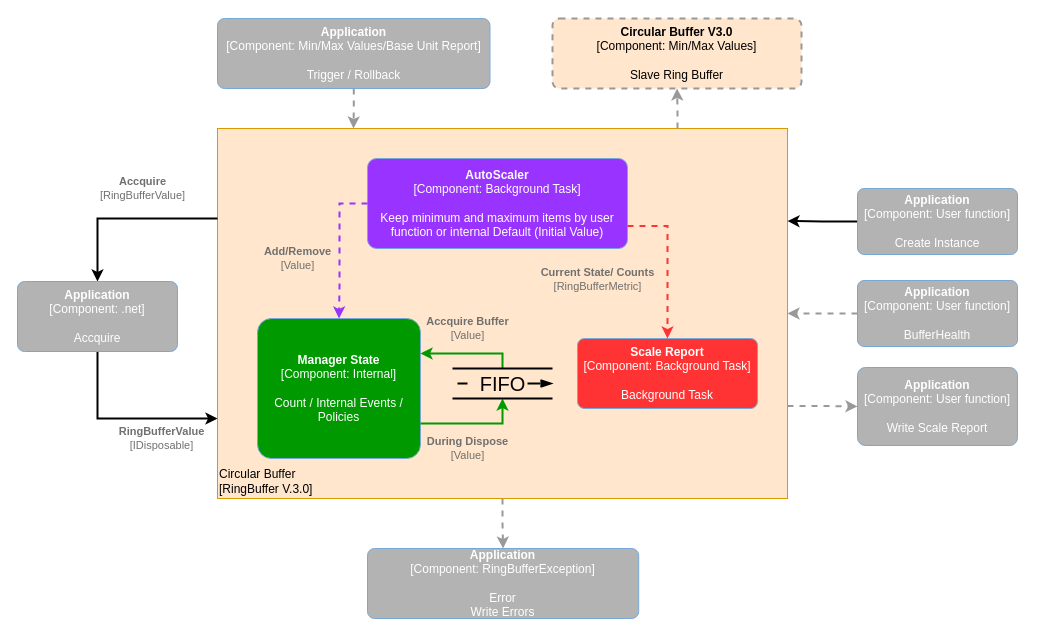
Above: docs/RingBufferPlus.drawio in FRACerqueira/RingBufferPlus (draw.io), before the change. Source tidied: cells renumbered, new cells numbered last; positions are measured from the earlier drawing's top-left corner, leaving out a move shared by most shapes. Both pictures are drawn from the tidied source at 100%, with x=0, y=0 at pixel (17, 18).
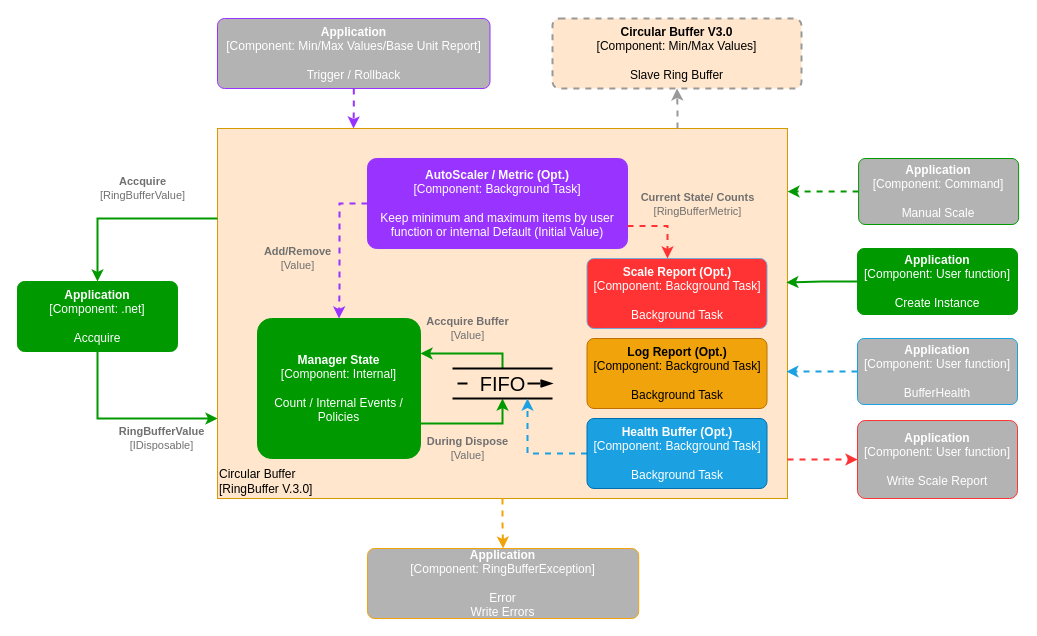
The same page after the edit.

Commit message (it also covers changes not shown here):
Updated Diagram / Image Features

The change refers to these unchanged cells:
```xml
<object id="2" label="&lt;div style=&quot;text-align: left&quot;&gt;%c4Name%&lt;/div&gt;&lt;div style=&quot;text-align: left&quot;&gt;[%c4Application%]&lt;/div&gt;" c4Application="RingBuffer V.3.0" c4Name="Circular Buffer" placeholders="1">
  <mxCell style="rounded=1;whiteSpace=wrap;html=1;labelBackgroundColor=none;fillColor=#FFE6CC;align=left;arcSize=0;strokeColor=#d79b00;verticalAlign=bottom;metaData={&quot;c4Type&quot;:{&quot;editable&quot;:false}};points=[[0.25,0,0],[0.5,0,0],[0.75,0,0],[1,0.25,0],[1,0.5,0],[1,0.75,0],[0.75,1,0],[0.5,1,0],[0.25,1,0],[0,0.75,0],[0,0.5,0],[0,0.25,0]];" parent="1" vertex="1">
    <mxGeometry x="200" y="110" width="570" height="370" as="geometry" />
  </mxCell>
</object>
<mxCell id="17" value="FIFO" style="strokeWidth=2;html=1;shape=mxgraph.lean_mapping.fifo_sequence_flow;fontStyle=0;fontSize=20;align=center;" parent="1" vertex="1">
  <mxGeometry x="435" y="350" width="100" height="30" as="geometry" />
</mxCell>
```

What changed in the source:
```diff
@@
     <object id="3" label="&lt;div style=&quot;text-align: left&quot;&gt;&lt;div style=&quot;text-align: center&quot;&gt;&lt;b&gt;%c4Description%&lt;/b&gt;&lt;/div&gt;&lt;div style=&quot;text-align: center&quot;&gt;[%c4Technology%]&lt;/div&gt;&lt;/div&gt;" c4Description="Accquire" c4Technology="RingBufferValue" placeholders="1">
-      <mxCell style="rounded=0;html=1;jettySize=auto;strokeColor=#000000;strokeWidth=2;fontColor=#707070;jumpStyle=none;metaData={&quot;c4Type&quot;:{&quot;editable&quot;:false}};edgeStyle=orthogonalEdgeStyle;entryX=0.5;entryY=0;entryDx=0;entryDy=0;entryPerimeter=0;" parent="1" edge="1" target="18">
+      <mxCell style="rounded=0;html=1;jettySize=auto;strokeColor=#009900;strokeWidth=2;fontColor=#707070;jumpStyle=none;metaData={&quot;c4Type&quot;:{&quot;editable&quot;:false}};edgeStyle=orthogonalEdgeStyle;entryX=0.5;entryY=0;entryDx=0;entryDy=0;entryPerimeter=0;" parent="1" edge="1" target="18">
         <mxGeometry x="-0.18" y="-30" relative="1" as="geometry">
           <mxPoint x="200" y="200" as="sourcePoint" />
           <Array as="points">
             <mxPoint x="80" y="200" />
           </Array>
         </mxGeometry>
       </mxCell>
     </object>
     <object id="4" label="&lt;div style=&quot;text-align: left&quot;&gt;&lt;div style=&quot;text-align: center&quot;&gt;&lt;b&gt;%c4Description%&lt;/b&gt;&lt;/div&gt;&lt;div style=&quot;text-align: center&quot;&gt;[%c4Technology%]&lt;/div&gt;&lt;/div&gt;" c4Description="RingBufferValue" c4Technology="IDisposable" placeholders="1">
-      <mxCell style="rounded=0;html=1;jettySize=auto;strokeColor=#000000;strokeWidth=2;fontColor=#707070;jumpStyle=none;metaData={&quot;c4Type&quot;:{&quot;editable&quot;:false}};exitX=0.5;exitY=1;exitDx=0;exitDy=0;exitPerimeter=0;edgeStyle=orthogonalEdgeStyle;" parent="1" edge="1" source="18">
+      <mxCell style="rounded=0;html=1;jettySize=auto;strokeColor=#009900;strokeWidth=2;fontColor=#707070;jumpStyle=none;metaData={&quot;c4Type&quot;:{&quot;editable&quot;:false}};exitX=0.5;exitY=1;exitDx=0;exitDy=0;exitPerimeter=0;edgeStyle=orthogonalEdgeStyle;" parent="1" edge="1" source="18">
         <mxGeometry x="0.4" y="-20" relative="1" as="geometry">
           <mxPoint x="200" y="400" as="targetPoint" />
           <Array as="points">
             <mxPoint x="80" y="400" />
           </Array>
         </mxGeometry>
       </mxCell>
     </object>
-    <object id="5" label="&lt;b&gt;%c4Name%&lt;/b&gt;&lt;div&gt;[%c4Type%: %c4Technology%]&lt;/div&gt;&lt;br&gt;&lt;div&gt;%c4Description%&lt;/div&gt;" c4Description="Keep minimum and maximum items by user function or internal Default (Initial Value)" c4Name="AutoScaler" c4Technology="Background Task" c4Type="Component" placeholders="1">
-      <mxCell style="rounded=1;whiteSpace=wrap;html=1;labelBackgroundColor=none;fillColor=#9933FF;fontColor=#ffffff;align=center;arcSize=10;strokeColor=#78A8D8;metaData={&quot;c4Type&quot;:{&quot;editable&quot;:false}};points=[[0.25,0,0],[0.5,0,0],[0.75,0,0],[1,0.25,0],[1,0.5,0],[1,0.75,0],[0.75,1,0],[0.5,1,0],[0.25,1,0],[0,0.75,0],[0,0.5,0],[0,0.25,0]];" parent="1" vertex="1">
+    <object id="5" label="&lt;b&gt;%c4Name%&lt;/b&gt;&lt;div&gt;[%c4Type%: %c4Technology%]&lt;/div&gt;&lt;br&gt;&lt;div&gt;%c4Description%&lt;/div&gt;" c4Description="Keep minimum and maximum items by user function or internal Default (Initial Value)" c4Name="AutoScaler / Metric (Opt.)" c4Technology="Background Task" c4Type="Component" placeholders="1">
+      <mxCell style="rounded=1;whiteSpace=wrap;html=1;labelBackgroundColor=none;fillColor=#9933FF;fontColor=#ffffff;align=center;arcSize=10;strokeColor=#9933FF;metaData={&quot;c4Type&quot;:{&quot;editable&quot;:false}};points=[[0.25,0,0],[0.5,0,0],[0.75,0,0],[1,0.25,0],[1,0.5,0],[1,0.75,0],[0.75,1,0],[0.5,1,0],[0.25,1,0],[0,0.75,0],[0,0.5,0],[0,0.25,0]];" parent="1" vertex="1">
         <mxGeometry x="350" y="140" width="260" height="90" as="geometry" />
       </mxCell>
     </object>
-    <mxCell id="6" style="edgeStyle=orthogonalEdgeStyle;rounded=0;jettySize=auto;html=1;exitX=0;exitY=0.5;exitDx=0;exitDy=0;exitPerimeter=0;entryX=1;entryY=0.25;entryDx=0;entryDy=0;entryPerimeter=0;strokeWidth=2;" parent="1" edge="1" source="7" target="2">
+    <mxCell id="6" style="edgeStyle=orthogonalEdgeStyle;rounded=0;jettySize=auto;html=1;exitX=0;exitY=0.5;exitDx=0;exitDy=0;exitPerimeter=0;entryX=0.998;entryY=0.416;entryDx=0;entryDy=0;entryPerimeter=0;strokeWidth=2;strokeColor=#009900;" parent="1" edge="1" source="7" target="2">
       <mxGeometry relative="1" as="geometry" />
     </mxCell>
     <object id="7" label="&lt;b&gt;%c4Name%&lt;/b&gt;&lt;div&gt;[%c4Type%: %c4Technology%]&lt;/div&gt;&lt;br&gt;&lt;div&gt;%c4Description%&lt;/div&gt;" c4Description="Create Instance" c4Name="Application" c4Technology="User function" c4Type="Component" placeholders="1">
-      <mxCell style="rounded=1;whiteSpace=wrap;html=1;labelBackgroundColor=none;fillColor=#B3B3B3;fontColor=#ffffff;align=center;arcSize=10;strokeColor=#78A8D8;metaData={&quot;c4Type&quot;:{&quot;editable&quot;:false}};points=[[0.25,0,0],[0.5,0,0],[0.75,0,0],[1,0.25,0],[1,0.5,0],[1,0.75,0],[0.75,1,0],[0.5,1,0],[0.25,1,0],[0,0.75,0],[0,0.5,0],[0,0.25,0]];" parent="1" vertex="1">
-        <mxGeometry x="840" y="170" width="160" height="66" as="geometry" />
+      <mxCell style="rounded=1;whiteSpace=wrap;html=1;labelBackgroundColor=none;fillColor=#009900;fontColor=#ffffff;align=center;arcSize=10;strokeColor=#009900;metaData={&quot;c4Type&quot;:{&quot;editable&quot;:false}};points=[[0.25,0,0],[0.5,0,0],[0.75,0,0],[1,0.25,0],[1,0.5,0],[1,0.75,0],[0.75,1,0],[0.5,1,0],[0.25,1,0],[0,0.75,0],[0,0.5,0],[0,0.25,0]];" parent="1" vertex="1">
+        <mxGeometry x="840" y="230" width="160" height="66" as="geometry" />
       </mxCell>
     </object>
-    <object id="8" label="&lt;b&gt;%c4Name%&lt;/b&gt;&lt;div&gt;[%c4Type%: %c4Technology%]&lt;/div&gt;&lt;br&gt;&lt;div&gt;%c4Description%&lt;/div&gt;" c4Description="Background Task" c4Name="Scale Report" c4Technology="Background Task" c4Type="Component" placeholders="1">
+    <object id="8" label="&lt;b&gt;%c4Name%&lt;/b&gt;&lt;div&gt;[%c4Type%: %c4Technology%]&lt;/div&gt;&lt;br&gt;&lt;div&gt;%c4Description%&lt;/div&gt;" c4Description="Background Task " c4Name="Scale Report (Opt.)" c4Technology="Background Task" c4Type="Component" placeholders="1">
       <mxCell style="rounded=1;whiteSpace=wrap;html=1;labelBackgroundColor=none;fillColor=#FF3333;fontColor=#ffffff;align=center;arcSize=10;strokeColor=#78A8D8;metaData={&quot;c4Type&quot;:{&quot;editable&quot;:false}};points=[[0.25,0,0],[0.5,0,0],[0.75,0,0],[1,0.25,0],[1,0.5,0],[1,0.75,0],[0.75,1,0],[0.5,1,0],[0.25,1,0],[0,0.75,0],[0,0.5,0],[0,0.25,0]];" parent="1" vertex="1">
-        <mxGeometry x="560" y="320" width="180" height="70" as="geometry" />
+        <mxGeometry x="569.5" y="240" width="180" height="70" as="geometry" />
       </mxCell>
     </object>
@@
-    <mxCell id="10" style="edgeStyle=orthogonalEdgeStyle;rounded=0;jettySize=auto;html=1;exitX=0.5;exitY=1;exitDx=0;exitDy=0;exitPerimeter=0;strokeWidth=2;dashed=1;strokeColor=#999999;" parent="1" edge="1" source="2" target="21">
+    <mxCell id="10" style="edgeStyle=orthogonalEdgeStyle;rounded=0;jettySize=auto;html=1;exitX=0.5;exitY=1;exitDx=0;exitDy=0;exitPerimeter=0;strokeWidth=2;dashed=1;strokeColor=#F0A30A;" parent="1" edge="1" source="2" target="21">
       <mxGeometry relative="1" as="geometry" />
     </mxCell>
     <object id="11" label="&lt;b&gt;%c4Name%&lt;/b&gt;&lt;div&gt;[%c4Type%: %c4Technology%]&lt;/div&gt;&lt;br&gt;&lt;div&gt;%c4Description%&lt;/div&gt;" c4Description="Count / Internal Events / Policies" c4Name="Manager State" c4Technology="Internal" c4Type="Component" placeholders="1">
-      <mxCell style="rounded=1;whiteSpace=wrap;html=1;labelBackgroundColor=none;fillColor=#009900;fontColor=#ffffff;align=center;arcSize=10;strokeColor=#78A8D8;metaData={&quot;c4Type&quot;:{&quot;editable&quot;:false}};points=[[0.25,0,0],[0.5,0,0],[0.75,0,0],[1,0.25,0],[1,0.5,0],[1,0.75,0],[0.75,1,0],[0.5,1,0],[0.25,1,0],[0,0.75,0],[0,0.5,0],[0,0.25,0]];" parent="1" vertex="1">
+      <mxCell style="rounded=1;whiteSpace=wrap;html=1;labelBackgroundColor=none;fillColor=#009900;fontColor=#ffffff;align=center;arcSize=10;strokeColor=#009900;metaData={&quot;c4Type&quot;:{&quot;editable&quot;:false}};points=[[0.25,0,0],[0.5,0,0],[0.75,0,0],[1,0.25,0],[1,0.5,0],[1,0.75,0],[0.75,1,0],[0.5,1,0],[0.25,1,0],[0,0.75,0],[0,0.5,0],[0,0.25,0]];" parent="1" vertex="1">
         <mxGeometry x="240" y="300" width="163" height="140" as="geometry" />
       </mxCell>
     </object>
     <object id="12" label="&lt;div style=&quot;text-align: left&quot;&gt;&lt;div style=&quot;text-align: center&quot;&gt;&lt;b&gt;%c4Description%&lt;/b&gt;&lt;/div&gt;&lt;div style=&quot;text-align: center&quot;&gt;[%c4Technology%]&lt;/div&gt;&lt;/div&gt;" c4Description="Current State/ Counts" c4Technology="RingBufferMetric" placeholders="1">
       <mxCell style="edgeStyle=orthogonalEdgeStyle;rounded=0;html=1;jettySize=auto;strokeColor=#FF3333;strokeWidth=2;fontColor=#707070;jumpStyle=none;dashed=1;metaData={&quot;c4Type&quot;:{&quot;editable&quot;:false}};exitX=1;exitY=0.75;exitDx=0;exitDy=0;exitPerimeter=0;fillColor=#FF3333;labelBackgroundColor=none;" parent="1" edge="1" source="5" target="8">
-        <mxGeometry x="-1" y="-60" relative="1" as="geometry">
+        <mxGeometry x="0.1" y="38" relative="1" as="geometry">
           <Array as="points">
             <mxPoint x="650" y="208" />
           </Array>
-          <mxPoint x="-30" y="-7" as="offset" />
+          <mxPoint x="-8" y="-22" as="offset" />
         </mxGeometry>
       </mxCell>
     </object>
@@
-    <mxCell id="15" style="edgeStyle=orthogonalEdgeStyle;rounded=0;jettySize=auto;html=1;strokeWidth=2;dashed=1;exitX=1;exitY=0.75;exitDx=0;exitDy=0;exitPerimeter=0;strokeColor=#999999;" parent="1" edge="1" source="2" target="16">
-      <mxGeometry relative="1" as="geometry" />
+    <mxCell id="15" style="edgeStyle=orthogonalEdgeStyle;rounded=0;jettySize=auto;html=1;strokeWidth=2;dashed=1;strokeColor=#FF3333;" parent="1" edge="1" target="16">
+      <mxGeometry relative="1" as="geometry">
+        <mxPoint x="770" y="441" as="sourcePoint" />
+        <Array as="points">
+          <mxPoint x="770" y="441" />
+        </Array>
+      </mxGeometry>
     </mxCell>
     <object id="16" label="&lt;b&gt;%c4Name%&lt;/b&gt;&lt;div&gt;[%c4Type%: %c4Technology%]&lt;/div&gt;&lt;br&gt;&lt;div&gt;%c4Description%&lt;/div&gt;" c4Description="Write Scale Report" c4Name="Application" c4Technology="User function" c4Type="Component" placeholders="1">
-      <mxCell style="rounded=1;whiteSpace=wrap;html=1;labelBackgroundColor=none;fillColor=#B3B3B3;fontColor=#ffffff;align=center;arcSize=10;strokeColor=#78A8D8;metaData={&quot;c4Type&quot;:{&quot;editable&quot;:false}};points=[[0.25,0,0],[0.5,0,0],[0.75,0,0],[1,0.25,0],[1,0.5,0],[1,0.75,0],[0.75,1,0],[0.5,1,0],[0.25,1,0],[0,0.75,0],[0,0.5,0],[0,0.25,0]];" parent="1" vertex="1">
-        <mxGeometry x="840" y="349" width="160" height="78" as="geometry" />
+      <mxCell style="rounded=1;whiteSpace=wrap;html=1;labelBackgroundColor=none;fillColor=#B3B3B3;fontColor=#ffffff;align=center;arcSize=10;strokeColor=#FF3333;metaData={&quot;c4Type&quot;:{&quot;editable&quot;:false}};points=[[0.25,0,0],[0.5,0,0],[0.75,0,0],[1,0.25,0],[1,0.5,0],[1,0.75,0],[0.75,1,0],[0.5,1,0],[0.25,1,0],[0,0.75,0],[0,0.5,0],[0,0.25,0]];" parent="1" vertex="1">
+        <mxGeometry x="840" y="402" width="160" height="78" as="geometry" />
       </mxCell>
     </object>
@@
     <object id="18" label="&lt;b&gt;%c4Name%&lt;/b&gt;&lt;div&gt;[%c4Type%: %c4Technology%]&lt;/div&gt;&lt;br&gt;&lt;div&gt;%c4Description%&lt;/div&gt;" c4Description="Accquire" c4Name="Application" c4Technology=".net" c4Type="Component" placeholders="1">
-      <mxCell style="rounded=1;whiteSpace=wrap;html=1;labelBackgroundColor=none;fillColor=#B3B3B3;fontColor=#ffffff;align=center;arcSize=10;strokeColor=#78A8D8;metaData={&quot;c4Type&quot;:{&quot;editable&quot;:false}};points=[[0.25,0,0],[0.5,0,0],[0.75,0,0],[1,0.25,0],[1,0.5,0],[1,0.75,0],[0.75,1,0],[0.5,1,0],[0.25,1,0],[0,0.75,0],[0,0.5,0],[0,0.25,0]];" parent="1" vertex="1">
+      <mxCell style="rounded=1;whiteSpace=wrap;html=1;labelBackgroundColor=none;fillColor=#009900;fontColor=#ffffff;align=center;arcSize=10;strokeColor=#009900;metaData={&quot;c4Type&quot;:{&quot;editable&quot;:false}};points=[[0.25,0,0],[0.5,0,0],[0.75,0,0],[1,0.25,0],[1,0.5,0],[1,0.75,0],[0.75,1,0],[0.5,1,0],[0.25,1,0],[0,0.75,0],[0,0.5,0],[0,0.25,0]];" parent="1" vertex="1">
         <mxGeometry y="263" width="160" height="70" as="geometry" />
       </mxCell>
     </object>
-    <mxCell id="19" style="edgeStyle=orthogonalEdgeStyle;rounded=0;jettySize=auto;html=1;labelBackgroundColor=none;strokeWidth=2;dashed=1;strokeColor=#999999;" parent="1" edge="1" source="20">
+    <mxCell id="19" style="edgeStyle=orthogonalEdgeStyle;rounded=0;jettySize=auto;html=1;labelBackgroundColor=none;strokeWidth=2;dashed=1;strokeColor=#9933FF;" parent="1" edge="1" source="20">
       <mxGeometry relative="1" as="geometry">
         <mxPoint x="336" y="110" as="targetPoint" />
       </mxGeometry>
     </mxCell>
     <object id="20" label="&lt;b&gt;%c4Name%&lt;/b&gt;&lt;div&gt;[%c4Type%: %c4Technology%]&lt;/div&gt;&lt;br&gt;&lt;div&gt;%c4Description%&lt;/div&gt;" c4Description="Trigger / Rollback" c4Name="Application" c4Technology="Min/Max Values/Base Unit Report" c4Type="Component" placeholders="1">
-      <mxCell style="rounded=1;whiteSpace=wrap;html=1;labelBackgroundColor=none;fillColor=#B3B3B3;fontColor=#ffffff;align=center;arcSize=10;strokeColor=#78A8D8;metaData={&quot;c4Type&quot;:{&quot;editable&quot;:false}};points=[[0.25,0,0],[0.5,0,0],[0.75,0,0],[1,0.25,0],[1,0.5,0],[1,0.75,0],[0.75,1,0],[0.5,1,0],[0.25,1,0],[0,0.75,0],[0,0.5,0],[0,0.25,0]];" parent="1" vertex="1">
+      <mxCell style="rounded=1;whiteSpace=wrap;html=1;labelBackgroundColor=none;fillColor=#B3B3B3;fontColor=#ffffff;align=center;arcSize=10;strokeColor=#9933FF;metaData={&quot;c4Type&quot;:{&quot;editable&quot;:false}};points=[[0.25,0,0],[0.5,0,0],[0.75,0,0],[1,0.25,0],[1,0.5,0],[1,0.75,0],[0.75,1,0],[0.5,1,0],[0.25,1,0],[0,0.75,0],[0,0.5,0],[0,0.25,0]];" parent="1" vertex="1">
         <mxGeometry x="200" width="272.5" height="70" as="geometry" />
       </mxCell>
     </object>
     <object id="21" label="&lt;b&gt;%c4Name%&lt;/b&gt;&lt;div&gt;[%c4Type%: %c4Technology%]&lt;/div&gt;&lt;br&gt;&lt;div&gt;%c4Description%&lt;/div&gt;" c4Description="Error &#10;Write Errors" c4Name="Application" c4Technology="RingBufferException" c4Type="Component" placeholders="1">
-      <mxCell style="rounded=1;whiteSpace=wrap;html=1;labelBackgroundColor=none;fillColor=#B3B3B3;fontColor=#ffffff;align=center;arcSize=10;strokeColor=#78A8D8;metaData={&quot;c4Type&quot;:{&quot;editable&quot;:false}};points=[[0.25,0,0],[0.5,0,0],[0.75,0,0],[1,0.25,0],[1,0.5,0],[1,0.75,0],[0.75,1,0],[0.5,1,0],[0.25,1,0],[0,0.75,0],[0,0.5,0],[0,0.25,0]];" parent="1" vertex="1">
+      <mxCell style="rounded=1;whiteSpace=wrap;html=1;labelBackgroundColor=none;fillColor=#B3B3B3;fontColor=#ffffff;align=center;arcSize=10;strokeColor=#F0A30A;metaData={&quot;c4Type&quot;:{&quot;editable&quot;:false}};points=[[0.25,0,0],[0.5,0,0],[0.75,0,0],[1,0.25,0],[1,0.5,0],[1,0.75,0],[0.75,1,0],[0.5,1,0],[0.25,1,0],[0,0.75,0],[0,0.5,0],[0,0.25,0]];" parent="1" vertex="1">
         <mxGeometry x="350" y="530" width="271.2" height="70" as="geometry" />
       </mxCell>
     </object>
@@
-    <mxCell id="24" style="edgeStyle=orthogonalEdgeStyle;rounded=0;jettySize=auto;html=1;entryX=1;entryY=0.5;entryDx=0;entryDy=0;entryPerimeter=0;strokeWidth=2;dashed=1;strokeColor=#999999;" parent="1" edge="1" source="25" target="2">
+    <mxCell id="24" style="edgeStyle=orthogonalEdgeStyle;rounded=0;jettySize=auto;html=1;strokeWidth=2;dashed=1;strokeColor=#1BA1E2;entryX=0.998;entryY=0.657;entryDx=0;entryDy=0;entryPerimeter=0;" parent="1" edge="1" source="25" target="2">
       <mxGeometry relative="1" as="geometry" />
     </mxCell>
     <object id="25" label="&lt;b&gt;%c4Name%&lt;/b&gt;&lt;div&gt;[%c4Type%: %c4Technology%]&lt;/div&gt;&lt;br&gt;&lt;div&gt;%c4Description%&lt;/div&gt;" c4Description="BufferHealth" c4Name="Application" c4Technology="User function" c4Type="Component" placeholders="1">
-      <mxCell style="rounded=1;whiteSpace=wrap;html=1;labelBackgroundColor=none;fillColor=#B3B3B3;fontColor=#ffffff;align=center;arcSize=10;strokeColor=#78A8D8;metaData={&quot;c4Type&quot;:{&quot;editable&quot;:false}};points=[[0.25,0,0],[0.5,0,0],[0.75,0,0],[1,0.25,0],[1,0.5,0],[1,0.75,0],[0.75,1,0],[0.5,1,0],[0.25,1,0],[0,0.75,0],[0,0.5,0],[0,0.25,0]];" parent="1" vertex="1">
-        <mxGeometry x="840" y="262" width="160" height="66" as="geometry" />
+      <mxCell style="rounded=1;whiteSpace=wrap;html=1;labelBackgroundColor=none;fillColor=#B3B3B3;fontColor=#ffffff;align=center;arcSize=10;strokeColor=#1BA1E2;metaData={&quot;c4Type&quot;:{&quot;editable&quot;:false}};points=[[0.25,0,0],[0.5,0,0],[0.75,0,0],[1,0.25,0],[1,0.5,0],[1,0.75,0],[0.75,1,0],[0.5,1,0],[0.25,1,0],[0,0.75,0],[0,0.5,0],[0,0.25,0]];" parent="1" vertex="1">
+        <mxGeometry x="840" y="320" width="160" height="66" as="geometry" />
       </mxCell>
     </object>
+    <object id="26" label="&lt;b&gt;%c4Name%&lt;/b&gt;&lt;div&gt;[%c4Type%: %c4Technology%]&lt;/div&gt;&lt;br&gt;&lt;div&gt;%c4Description%&lt;/div&gt;" c4Description="Background Task" c4Name="Log Report (Opt.)" c4Technology="Background Task" c4Type="Component" placeholders="1">
+      <mxCell style="rounded=1;whiteSpace=wrap;html=1;labelBackgroundColor=none;fillColor=#f0a30a;align=center;arcSize=10;strokeColor=#BD7000;metaData={&quot;c4Type&quot;:{&quot;editable&quot;:false}};fontColor=#000000;" parent="1" vertex="1">
+        <mxGeometry x="569.5" y="320" width="180" height="70" as="geometry" />
+      </mxCell>
+    </object>
+    <mxCell id="27" style="edgeStyle=orthogonalEdgeStyle;rounded=0;jettySize=auto;html=1;entryX=0.75;entryY=1;entryDx=0;entryDy=0;strokeWidth=2;dashed=1;strokeColor=#1BA1E2;" parent="1" edge="1" source="28" target="17">
+      <mxGeometry relative="1" as="geometry" />
+    </mxCell>
+    <object id="28" label="&lt;b&gt;%c4Name%&lt;/b&gt;&lt;div&gt;[%c4Type%: %c4Technology%]&lt;/div&gt;&lt;br&gt;&lt;div&gt;%c4Description%&lt;/div&gt;" c4Description="Background Task" c4Name="Health Buffer (Opt.)" c4Technology="Background Task" c4Type="Component" placeholders="1">
+      <mxCell style="rounded=1;whiteSpace=wrap;html=1;labelBackgroundColor=none;fillColor=#1BA1E2;fontColor=#ffffff;align=center;arcSize=10;strokeColor=#006EAF;metaData={&quot;c4Type&quot;:{&quot;editable&quot;:false}};points=[[0.25,0,0],[0.5,0,0],[0.75,0,0],[1,0.25,0],[1,0.5,0],[1,0.75,0],[0.75,1,0],[0.5,1,0],[0.25,1,0],[0,0.75,0],[0,0.5,0],[0,0.25,0]];" parent="1" vertex="1">
+        <mxGeometry x="569.5" y="400" width="180" height="70" as="geometry" />
+      </mxCell>
+    </object>
+    <mxCell id="29" style="edgeStyle=orthogonalEdgeStyle;rounded=0;jettySize=auto;html=1;strokeWidth=2;dashed=1;strokeColor=#009900;entryX=0.998;entryY=0.657;entryDx=0;entryDy=0;entryPerimeter=0;" parent="1" edge="1" source="30">
+      <mxGeometry relative="1" as="geometry">
+        <mxPoint x="770" y="173.1" as="targetPoint" />
+      </mxGeometry>
+    </mxCell>
+    <object id="30" label="&lt;b&gt;%c4Name%&lt;/b&gt;&lt;div&gt;[%c4Type%: %c4Technology%]&lt;/div&gt;&lt;br&gt;&lt;div&gt;%c4Description%&lt;/div&gt;" c4Description="Manual Scale" c4Name="Application" c4Technology="Command" c4Type="Component" placeholders="1">
+      <mxCell style="rounded=1;whiteSpace=wrap;html=1;labelBackgroundColor=none;fillColor=#B3B3B3;fontColor=#ffffff;align=center;arcSize=10;strokeColor=#009900;metaData={&quot;c4Type&quot;:{&quot;editable&quot;:false}};points=[[0.25,0,0],[0.5,0,0],[0.75,0,0],[1,0.25,0],[1,0.5,0],[1,0.75,0],[0.75,1,0],[0.5,1,0],[0.25,1,0],[0,0.75,0],[0,0.5,0],[0,0.25,0]];" parent="1" vertex="1">
+        <mxGeometry x="841.1" y="140" width="160" height="66" as="geometry" />
+      </mxCell>
+    </object>
```
